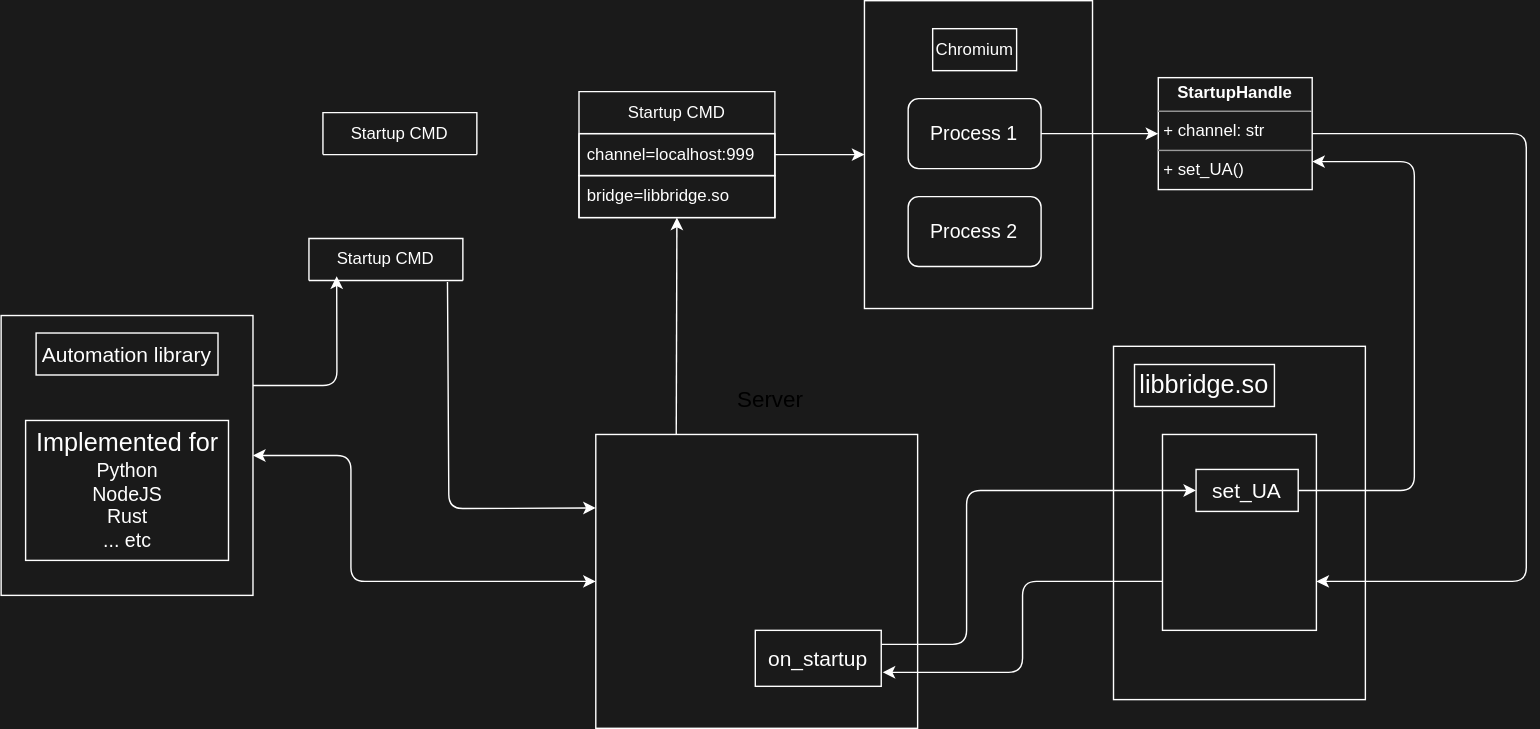
The draw.io diagram chrx/bridge.drawio.svg in chrxer/chrx-design, before a commit. Source tidied: cells renumbered, new cells last; positions are measured from the earlier drawing's top-left corner, leaving out a move shared by most shapes. The source it was exported from:
```xml
<mxGraphModel background="#1A1A1A">
  <root>
    <mxCell id="0" />
    <mxCell id="1" parent="0" />
    <mxCell id="2" style="rounded=0;whiteSpace=wrap;html=1;fillColor=none;strokeColor=#FFFFFF;fontColor=#FFFFFF;" parent="1" vertex="1">
      <mxGeometry x="617" width="163" height="220" as="geometry" />
    </mxCell>
    <mxCell id="3" value="Startup CMD" style="swimlane;fontStyle=0;horizontal=1;startSize=30;whiteSpace=wrap;html=1;fillColor=none;strokeColor=#FFFFFF;fontColor=#FFFFFF;" parent="1" vertex="1">
      <mxGeometry x="413" y="65" width="140" height="90" as="geometry" />
    </mxCell>
    <mxCell id="4" value="channel=localhost:999" style="text;strokeColor=#FFFFFF;fillColor=none;align=left;verticalAlign=middle;spacingLeft=4;spacingRight=4;overflow=hidden;points=[[0,0.5],[1,0.5]];portConstraint=eastwest;whiteSpace=wrap;html=1;fontColor=#FFFFFF;" parent="3" vertex="1">
      <mxGeometry y="30" width="140" height="30" as="geometry" />
    </mxCell>
    <mxCell id="5" value="bridge=libbridge.so" style="text;strokeColor=#FFFFFF;fillColor=none;align=left;verticalAlign=middle;spacingLeft=4;spacingRight=4;overflow=hidden;points=[[0,0.5],[1,0.5]];portConstraint=eastwest;whiteSpace=wrap;html=1;fontColor=#FFFFFF;" parent="3" vertex="1">
      <mxGeometry y="60" width="140" height="30" as="geometry" />
    </mxCell>
    <mxCell id="6" style="edgeStyle=none;html=1;exitX=1;exitY=0.5;exitDx=0;exitDy=0;entryX=0;entryY=0.5;entryDx=0;entryDy=0;strokeColor=#FFFFFF;fontColor=#FFFFFF;" parent="1" edge="1" source="4" target="2">
      <mxGeometry relative="1" as="geometry" />
    </mxCell>
    <mxCell id="7" style="edgeStyle=none;html=1;exitX=1;exitY=0.5;exitDx=0;exitDy=0;fontSize=15;entryX=1;entryY=0.75;entryDx=0;entryDy=0;strokeColor=#FFFFFF;fontColor=#FFFFFF;" parent="1" edge="1" source="8" target="18">
      <mxGeometry relative="1" as="geometry">
        <Array as="points">
          <mxPoint x="1090" y="95" />
          <mxPoint x="1090" y="415" />
        </Array>
      </mxGeometry>
    </mxCell>
    <mxCell id="8" value="&lt;p style=&quot;margin:0px;margin-top:4px;text-align:center;&quot;&gt;&lt;b&gt;StartupHandle&lt;/b&gt;&lt;/p&gt;&lt;hr size=&quot;1&quot;&gt;&lt;p style=&quot;margin:0px;margin-left:4px;&quot;&gt;+ channel: str&amp;nbsp;&lt;/p&gt;&lt;hr size=&quot;1&quot;&gt;&lt;p style=&quot;margin:0px;margin-left:4px;&quot;&gt;+ set_UA()&lt;/p&gt;" style="verticalAlign=top;align=left;overflow=fill;fontSize=12;fontFamily=Helvetica;html=1;fillColor=none;strokeColor=#FFFFFF;fontColor=#FFFFFF;" parent="1" vertex="1">
      <mxGeometry x="827" y="55" width="110" height="80" as="geometry" />
    </mxCell>
    <mxCell id="9" style="edgeStyle=none;html=1;exitX=1;exitY=0.5;exitDx=0;exitDy=0;entryX=0;entryY=0.5;entryDx=0;entryDy=0;strokeColor=#FFFFFF;fontColor=#FFFFFF;" parent="1" edge="1" source="10" target="8">
      <mxGeometry relative="1" as="geometry" />
    </mxCell>
    <mxCell id="10" value="&lt;font style=&quot;font-size: 14px;&quot;&gt;Process 1&lt;/font&gt;" style="rounded=1;whiteSpace=wrap;html=1;fillColor=none;strokeColor=#FFFFFF;fontColor=#FFFFFF;" parent="1" vertex="1">
      <mxGeometry x="648.2" y="70" width="95" height="50" as="geometry" />
    </mxCell>
    <mxCell id="11" value="&lt;font style=&quot;font-size: 14px;&quot;&gt;Process 2&lt;/font&gt;" style="rounded=1;whiteSpace=wrap;html=1;fillColor=none;strokeColor=#FFFFFF;fontColor=#FFFFFF;" parent="1" vertex="1">
      <mxGeometry x="648.2" y="140" width="95" height="50" as="geometry" />
    </mxCell>
    <mxCell id="12" value="Chromium" style="text;html=1;strokeColor=#FFFFFF;fillColor=none;align=center;verticalAlign=middle;whiteSpace=wrap;rounded=0;fontColor=#FFFFFF;" parent="1" vertex="1">
      <mxGeometry x="665.8" y="20" width="60" height="30" as="geometry" />
    </mxCell>
    <mxCell id="13" style="rounded=0;whiteSpace=wrap;html=1;fillColor=none;strokeColor=#FFFFFF;fontColor=#FFFFFF;" parent="1" vertex="1">
      <mxGeometry x="795" y="247" width="180" height="252.5" as="geometry" />
    </mxCell>
    <mxCell id="14" value="&lt;font style=&quot;font-size: 18px;&quot;&gt;libbridge.so&lt;/font&gt;" style="text;html=1;strokeColor=#FFFFFF;fillColor=none;align=center;verticalAlign=middle;whiteSpace=wrap;rounded=0;fontSize=18;fontColor=#FFFFFF;" parent="1" vertex="1">
      <mxGeometry x="810" y="260" width="100" height="30" as="geometry" />
    </mxCell>
    <mxCell id="15" style="edgeStyle=none;html=1;exitX=0.25;exitY=0;exitDx=0;exitDy=0;fontSize=15;strokeColor=#FFFFFF;fontColor=#FFFFFF;" parent="1" edge="1" source="16" target="5">
      <mxGeometry relative="1" as="geometry" />
    </mxCell>
    <mxCell id="16" style="rounded=0;whiteSpace=wrap;html=1;fillColor=none;strokeColor=#FFFFFF;fontColor=#FFFFFF;" parent="1" vertex="1">
      <mxGeometry x="425" y="310" width="230" height="210" as="geometry" />
    </mxCell>
    <mxCell id="17" style="edgeStyle=none;html=1;exitX=0;exitY=0.75;exitDx=0;exitDy=0;fontSize=15;strokeColor=#FFFFFF;fontColor=#FFFFFF;" parent="1" edge="1" source="18">
      <mxGeometry relative="1" as="geometry">
        <mxPoint x="630" y="480" as="targetPoint" />
        <Array as="points">
          <mxPoint x="730" y="415" />
          <mxPoint x="730" y="480" />
        </Array>
      </mxGeometry>
    </mxCell>
    <mxCell id="18" style="rounded=0;whiteSpace=wrap;html=1;fontSize=15;fillColor=none;strokeColor=#FFFFFF;fontColor=#FFFFFF;" parent="1" vertex="1">
      <mxGeometry x="830" y="310" width="110" height="140" as="geometry" />
    </mxCell>
    <mxCell id="19" style="edgeStyle=none;html=1;exitX=1;exitY=0.25;exitDx=0;exitDy=0;entryX=0;entryY=0.5;entryDx=0;entryDy=0;fontSize=15;strokeColor=#FFFFFF;fontColor=#FFFFFF;" parent="1" edge="1" source="20" target="25">
      <mxGeometry relative="1" as="geometry">
        <Array as="points">
          <mxPoint x="690" y="460" />
          <mxPoint x="690" y="350" />
        </Array>
      </mxGeometry>
    </mxCell>
    <mxCell id="20" value="on_startup" style="rounded=0;whiteSpace=wrap;html=1;fontSize=15;fillColor=none;strokeColor=#FFFFFF;fontColor=#FFFFFF;" parent="1" vertex="1">
      <mxGeometry x="539" y="450" width="90" height="40" as="geometry" />
    </mxCell>
    <mxCell id="21" style="edgeStyle=none;html=1;exitX=1;exitY=0.25;exitDx=0;exitDy=0;entryX=0.213;entryY=1.233;entryDx=0;entryDy=0;fontSize=15;entryPerimeter=0;strokeColor=#FFFFFF;fontColor=#FFFFFF;" parent="1" edge="1" source="22">
      <mxGeometry relative="1" as="geometry">
        <mxPoint x="239.8" y="197" as="targetPoint" />
        <Array as="points">
          <mxPoint x="240" y="275" />
        </Array>
      </mxGeometry>
    </mxCell>
    <mxCell id="22" style="rounded=0;whiteSpace=wrap;html=1;fontSize=15;fillColor=none;strokeColor=#FFFFFF;fontColor=#FFFFFF;" parent="1" vertex="1">
      <mxGeometry y="225" width="180" height="200" as="geometry" />
    </mxCell>
    <mxCell id="23" value="Automation library" style="text;html=1;strokeColor=#FFFFFF;fillColor=none;align=center;verticalAlign=middle;whiteSpace=wrap;rounded=0;fontSize=15;fontColor=#FFFFFF;" parent="1" vertex="1">
      <mxGeometry x="25" y="237.5" width="130" height="30" as="geometry" />
    </mxCell>
    <mxCell id="24" style="edgeStyle=none;html=1;exitX=1;exitY=0.5;exitDx=0;exitDy=0;entryX=1;entryY=0.75;entryDx=0;entryDy=0;fontSize=15;strokeColor=#FFFFFF;fontColor=#FFFFFF;" parent="1" edge="1" source="25" target="8">
      <mxGeometry relative="1" as="geometry">
        <Array as="points">
          <mxPoint x="1010" y="350" />
          <mxPoint x="1010" y="115" />
        </Array>
      </mxGeometry>
    </mxCell>
    <mxCell id="25" value="set_UA" style="rounded=0;whiteSpace=wrap;html=1;fontSize=15;fillColor=none;strokeColor=#FFFFFF;fontColor=#FFFFFF;" parent="1" vertex="1">
      <mxGeometry x="854" y="335" width="73" height="30" as="geometry" />
    </mxCell>
    <mxCell id="26" style="endArrow=classic;startArrow=classic;html=1;fontSize=15;exitX=1;exitY=0.5;exitDx=0;exitDy=0;entryX=0;entryY=0.5;entryDx=0;entryDy=0;strokeColor=#FFFFFF;fontColor=#FFFFFF;" parent="1" edge="1" source="22" target="16">
      <mxGeometry relative="1" as="geometry">
        <Array as="points">
          <mxPoint x="250" y="325" />
          <mxPoint x="250" y="415" />
        </Array>
      </mxGeometry>
    </mxCell>
    <mxCell id="27" style="edgeStyle=none;html=1;exitX=0.9;exitY=1.033;exitDx=0;exitDy=0;entryX=0;entryY=0.25;entryDx=0;entryDy=0;exitPerimeter=0;strokeColor=#FFFFFF;fontColor=#FFFFFF;" parent="1" edge="1" source="30" target="16">
      <mxGeometry relative="1" as="geometry">
        <Array as="points">
          <mxPoint x="320" y="363" />
        </Array>
      </mxGeometry>
    </mxCell>
    <mxCell id="28" value="&lt;font style=&quot;&quot;&gt;&lt;span style=&quot;font-size: 18px;&quot;&gt;Implemented for&lt;/span&gt;&lt;br&gt;&lt;font style=&quot;font-size: 14px;&quot;&gt;Python&lt;br&gt;NodeJS&lt;br&gt;Rust&lt;br&gt;... etc&lt;/font&gt;&lt;br&gt;&lt;/font&gt;" style="text;html=1;strokeColor=#FFFFFF;fillColor=none;align=center;verticalAlign=middle;whiteSpace=wrap;rounded=0;fontColor=#FFFFFF;" parent="1" vertex="1">
      <mxGeometry x="17.5" y="300" width="145" height="100" as="geometry" />
    </mxCell>
    <mxCell id="29" value="Startup CMD" style="swimlane;fontStyle=0;horizontal=1;startSize=30;whiteSpace=wrap;html=1;fillColor=none;strokeColor=#FFFFFF;fontColor=#FFFFFF;" parent="1" vertex="1" collapsed="1">
      <mxGeometry x="230" y="80" width="110" height="30" as="geometry" />
    </mxCell>
    <mxCell id="30" value="Startup CMD" style="swimlane;fontStyle=0;horizontal=1;startSize=30;whiteSpace=wrap;html=1;fillColor=none;strokeColor=#FFFFFF;fontColor=#FFFFFF;" parent="1" vertex="1" collapsed="1">
      <mxGeometry x="220" y="170" width="110" height="30" as="geometry" />
    </mxCell>
    <mxCell id="31" value="Server" style="text;html=1;strokeColor=none;fillColor=none;align=center;verticalAlign=middle;whiteSpace=wrap;rounded=0;fontSize=16;" parent="1" vertex="1">
      <mxGeometry x="520" y="270" width="60" height="30" as="geometry" />
    </mxCell>
  </root>
</mxGraphModel>
```
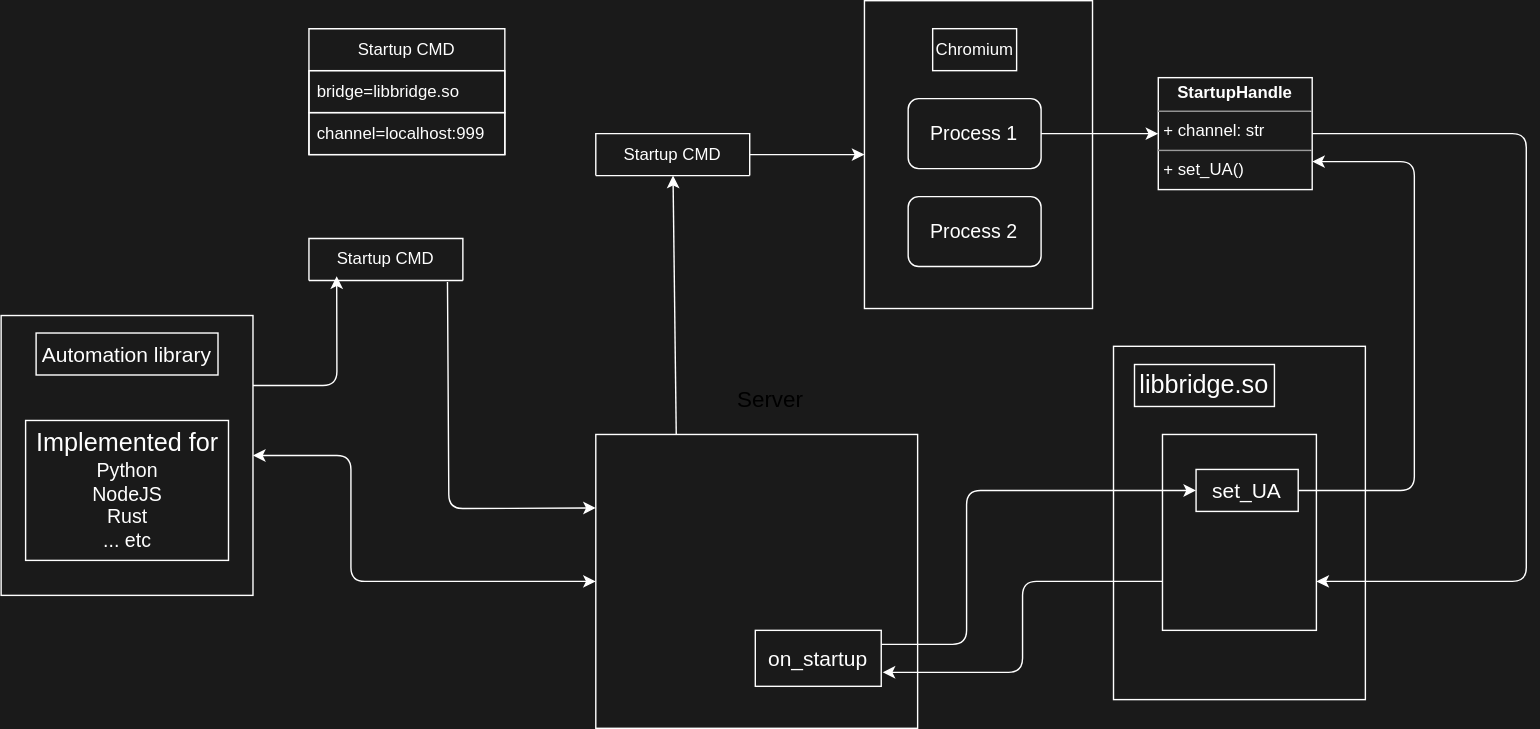
After the change.

Commit message:
fix startupcmd repr

Change to the diagram source:
```diff
@@ -5,18 +5,9 @@
     <mxCell id="2" style="rounded=0;whiteSpace=wrap;html=1;fillColor=none;strokeColor=#FFFFFF;fontColor=#FFFFFF;" parent="1" vertex="1">
       <mxGeometry x="617" width="163" height="220" as="geometry" />
     </mxCell>
-    <mxCell id="3" value="Startup CMD" style="swimlane;fontStyle=0;horizontal=1;startSize=30;whiteSpace=wrap;html=1;fillColor=none;strokeColor=#FFFFFF;fontColor=#FFFFFF;" parent="1" vertex="1">
-      <mxGeometry x="413" y="65" width="140" height="90" as="geometry" />
+    <mxCell id="3" value="Startup CMD" style="swimlane;fontStyle=0;horizontal=1;startSize=30;whiteSpace=wrap;html=1;fillColor=none;strokeColor=#FFFFFF;fontColor=#FFFFFF;" parent="1" vertex="1" collapsed="1">
+      <mxGeometry x="425" y="95" width="110" height="30" as="geometry" />
     </mxCell>
-    <mxCell id="4" value="channel=localhost:999" style="text;strokeColor=#FFFFFF;fillColor=none;align=left;verticalAlign=middle;spacingLeft=4;spacingRight=4;overflow=hidden;points=[[0,0.5],[1,0.5]];portConstraint=eastwest;whiteSpace=wrap;html=1;fontColor=#FFFFFF;" parent="3" vertex="1">
-      <mxGeometry y="30" width="140" height="30" as="geometry" />
-    </mxCell>
-    <mxCell id="5" value="bridge=libbridge.so" style="text;strokeColor=#FFFFFF;fillColor=none;align=left;verticalAlign=middle;spacingLeft=4;spacingRight=4;overflow=hidden;points=[[0,0.5],[1,0.5]];portConstraint=eastwest;whiteSpace=wrap;html=1;fontColor=#FFFFFF;" parent="3" vertex="1">
-      <mxGeometry y="60" width="140" height="30" as="geometry" />
-    </mxCell>
-    <mxCell id="6" style="edgeStyle=none;html=1;exitX=1;exitY=0.5;exitDx=0;exitDy=0;entryX=0;entryY=0.5;entryDx=0;entryDy=0;strokeColor=#FFFFFF;fontColor=#FFFFFF;" parent="1" edge="1" source="4" target="2">
-      <mxGeometry relative="1" as="geometry" />
-    </mxCell>
     <mxCell id="7" style="edgeStyle=none;html=1;exitX=1;exitY=0.5;exitDx=0;exitDy=0;fontSize=15;entryX=1;entryY=0.75;entryDx=0;entryDy=0;strokeColor=#FFFFFF;fontColor=#FFFFFF;" parent="1" edge="1" source="8" target="18">
       <mxGeometry relative="1" as="geometry">
         <Array as="points">
@@ -46,9 +37,6 @@
     <mxCell id="14" value="&lt;font style=&quot;font-size: 18px;&quot;&gt;libbridge.so&lt;/font&gt;" style="text;html=1;strokeColor=#FFFFFF;fillColor=none;align=center;verticalAlign=middle;whiteSpace=wrap;rounded=0;fontSize=18;fontColor=#FFFFFF;" parent="1" vertex="1">
       <mxGeometry x="810" y="260" width="100" height="30" as="geometry" />
     </mxCell>
-    <mxCell id="15" style="edgeStyle=none;html=1;exitX=0.25;exitY=0;exitDx=0;exitDy=0;fontSize=15;strokeColor=#FFFFFF;fontColor=#FFFFFF;" parent="1" edge="1" source="16" target="5">
-      <mxGeometry relative="1" as="geometry" />
-    </mxCell>
     <mxCell id="16" style="rounded=0;whiteSpace=wrap;html=1;fillColor=none;strokeColor=#FFFFFF;fontColor=#FFFFFF;" parent="1" vertex="1">
       <mxGeometry x="425" y="310" width="230" height="210" as="geometry" />
     </mxCell>
@@ -118,9 +106,15 @@
     <mxCell id="28" value="&lt;font style=&quot;&quot;&gt;&lt;span style=&quot;font-size: 18px;&quot;&gt;Implemented for&lt;/span&gt;&lt;br&gt;&lt;font style=&quot;font-size: 14px;&quot;&gt;Python&lt;br&gt;NodeJS&lt;br&gt;Rust&lt;br&gt;... etc&lt;/font&gt;&lt;br&gt;&lt;/font&gt;" style="text;html=1;strokeColor=#FFFFFF;fillColor=none;align=center;verticalAlign=middle;whiteSpace=wrap;rounded=0;fontColor=#FFFFFF;" parent="1" vertex="1">
       <mxGeometry x="17.5" y="300" width="145" height="100" as="geometry" />
     </mxCell>
-    <mxCell id="29" value="Startup CMD" style="swimlane;fontStyle=0;horizontal=1;startSize=30;whiteSpace=wrap;html=1;fillColor=none;strokeColor=#FFFFFF;fontColor=#FFFFFF;" parent="1" vertex="1" collapsed="1">
-      <mxGeometry x="230" y="80" width="110" height="30" as="geometry" />
+    <mxCell id="29" value="Startup CMD" style="swimlane;fontStyle=0;horizontal=1;startSize=30;whiteSpace=wrap;html=1;fillColor=none;strokeColor=#FFFFFF;fontColor=#FFFFFF;" parent="1" vertex="1">
+      <mxGeometry x="220" y="20" width="140" height="90" as="geometry" />
     </mxCell>
+    <mxCell id="5" value="bridge=libbridge.so" style="text;strokeColor=#FFFFFF;fillColor=none;align=left;verticalAlign=middle;spacingLeft=4;spacingRight=4;overflow=hidden;points=[[0,0.5],[1,0.5]];portConstraint=eastwest;whiteSpace=wrap;html=1;fontColor=#FFFFFF;" parent="29" vertex="1">
+      <mxGeometry y="30" width="140" height="30" as="geometry" />
+    </mxCell>
+    <mxCell id="4" value="channel=localhost:999" style="text;strokeColor=#FFFFFF;fillColor=none;align=left;verticalAlign=middle;spacingLeft=4;spacingRight=4;overflow=hidden;points=[[0,0.5],[1,0.5]];portConstraint=eastwest;whiteSpace=wrap;html=1;fontColor=#FFFFFF;" parent="29" vertex="1">
+      <mxGeometry y="60" width="140" height="30" as="geometry" />
+    </mxCell>
     <mxCell id="30" value="Startup CMD" style="swimlane;fontStyle=0;horizontal=1;startSize=30;whiteSpace=wrap;html=1;fillColor=none;strokeColor=#FFFFFF;fontColor=#FFFFFF;" parent="1" vertex="1" collapsed="1">
       <mxGeometry x="220" y="170" width="110" height="30" as="geometry" />
     </mxCell>
```
